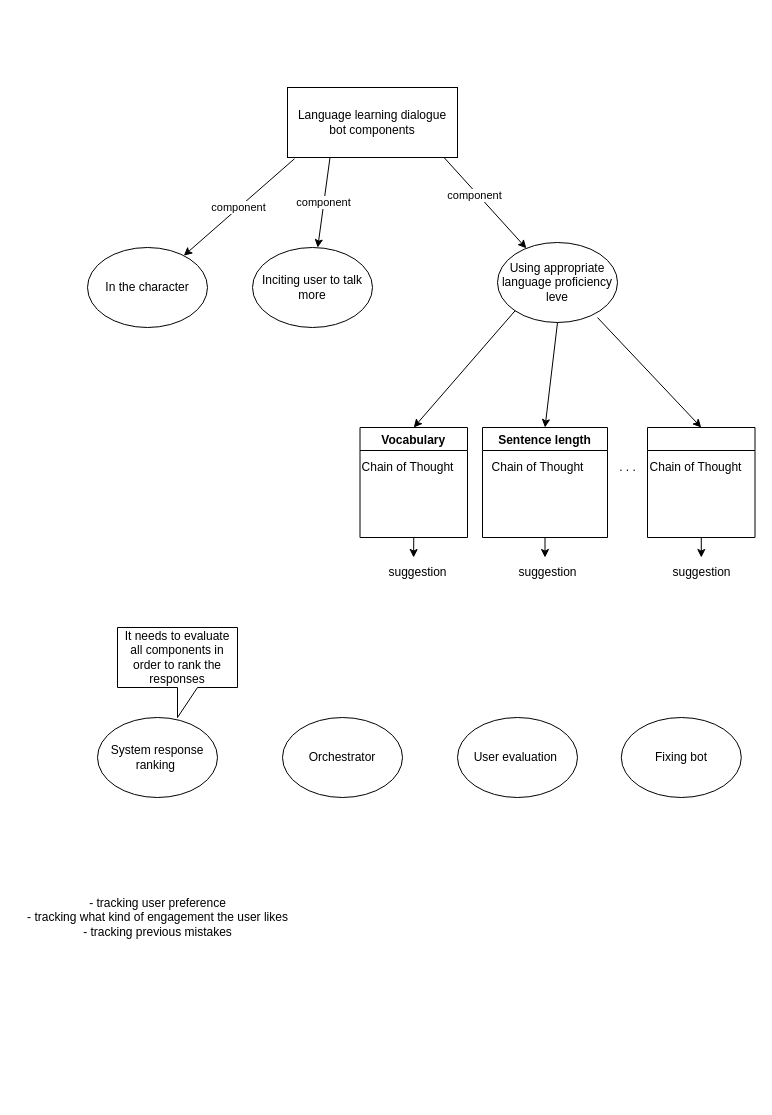
The draw.io diagram diagrams/feedback_framework.drawio in doXrayAI/LinguaAI, before the edit. Source tidied: cells renumbered, new cells numbered last; positions are measured from the earlier drawing's top-left corner, leaving out a move shared by most shapes. Both pictures are drawn from the tidied source at 100%, with x=0, y=0 at pixel (17, 27).
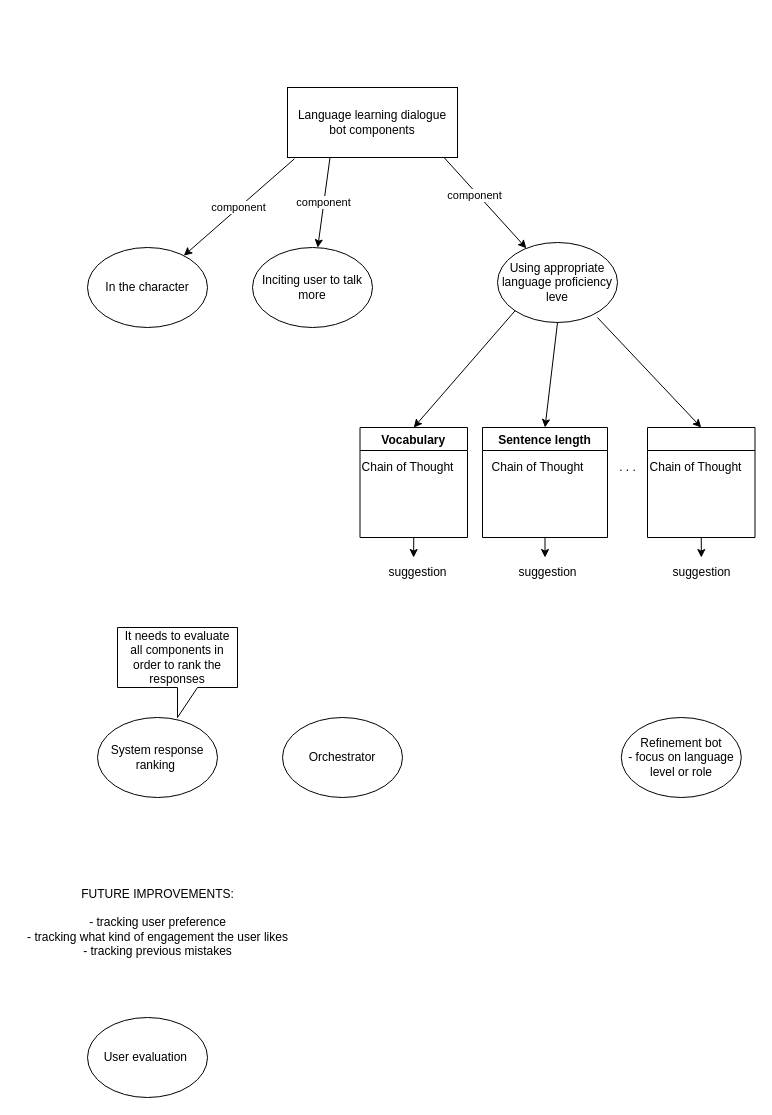
Above is the later version.

Commit message (it also covers changes not shown here):
Role inference template adjusted

What changed in the source:
```diff
@@
     <mxCell id="12" value="User evaluation&amp;nbsp;" style="ellipse;whiteSpace=wrap;html=1;" parent="1" vertex="1">
-      <mxGeometry x="440" y="690" width="120" height="80" as="geometry" />
+      <mxGeometry x="70" y="990" width="120" height="80" as="geometry" />
     </mxCell>
@@
-    <mxCell id="30" value="Fixing bot" style="ellipse;whiteSpace=wrap;html=1;" parent="1" vertex="1">
+    <mxCell id="30" value="Refinement bot&lt;br&gt;- focus on language level or role" style="ellipse;whiteSpace=wrap;html=1;" parent="1" vertex="1">
       <mxGeometry x="603.8" y="690" width="120" height="80" as="geometry" />
     </mxCell>
-    <mxCell id="31" value="- tracking user preference&lt;br&gt;- tracking what kind of engagement the user likes&lt;br&gt;- tracking previous mistakes" style="text;html=1;align=center;verticalAlign=middle;strokeColor=none;fillColor=none;" parent="1" vertex="1">
-      <mxGeometry y="860" width="280" height="60" as="geometry" />
+    <mxCell id="31" value="FUTURE IMPROVEMENTS:&lt;br&gt;&lt;br&gt;- tracking user preference&lt;br&gt;- tracking what kind of engagement the user likes&lt;br&gt;- tracking previous mistakes" style="text;html=1;align=center;verticalAlign=middle;strokeColor=none;fillColor=none;" parent="1" vertex="1">
+      <mxGeometry y="850" width="280" height="90" as="geometry" />
     </mxCell>
```
